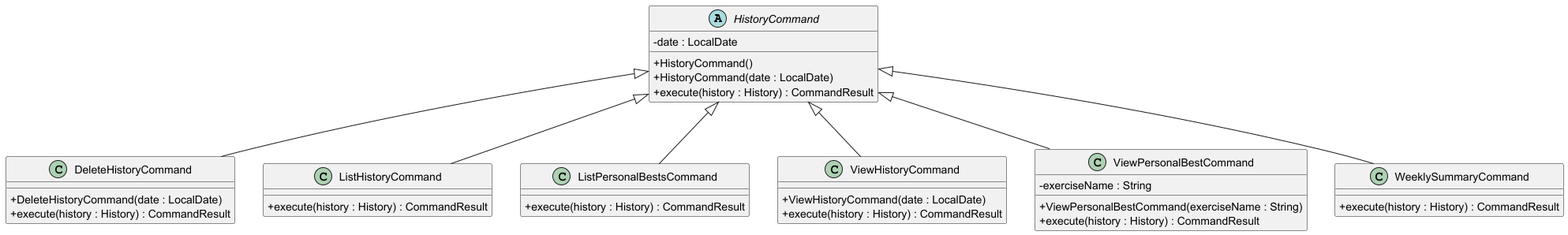
Above: docs/images/historyCommandSummary.png in nus-cs2113-AY2425S1/tp (PlantUML), before the change.
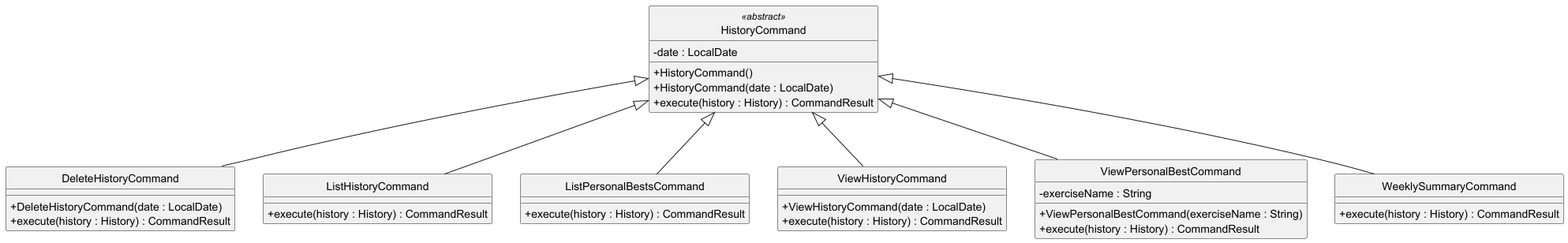
Later version of the same file.

The edit, as a diff of the source:
```diff
@@ -1,7 +1,8 @@
 @startuml
 skinparam classAttributeIconSize 0
+hide circle
 
-abstract class HistoryCommand {
+class HistoryCommand <<abstract>> {
     - date : LocalDate
     + HistoryCommand()
     + HistoryCommand(date : LocalDate)
```
